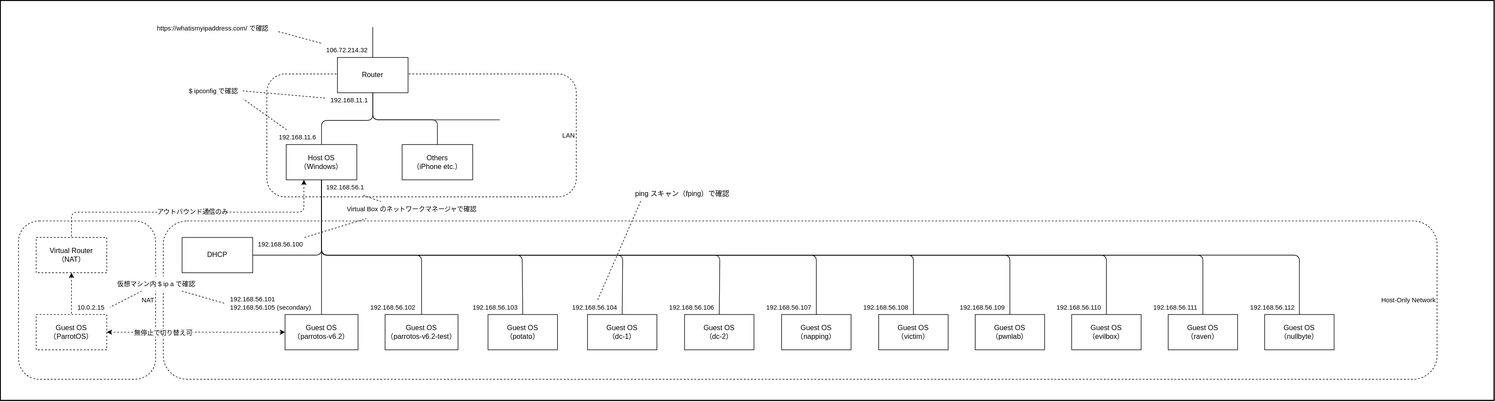
Earlier version of the draw.io export diagrams/network-of-hacking-lab.drawio.svg (SOUSUKEKUROSAWA/drawio). Source tidied: cells renumbered, new cells last; positions are measured from the earlier drawing's top-left corner, leaving out a move shared by most shapes.
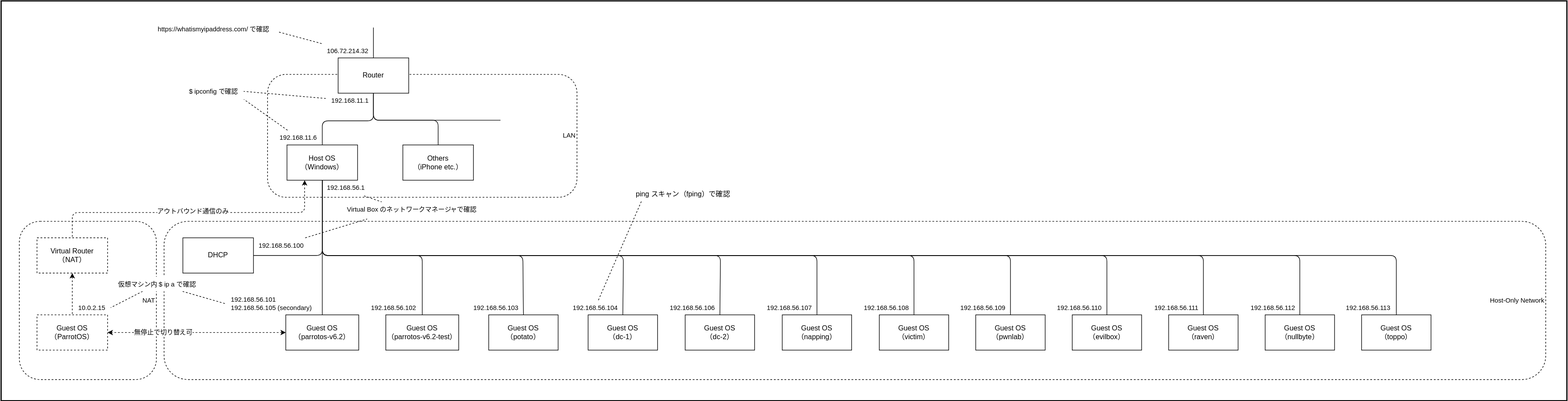
After the commit.

Change to the diagram source:
```diff
@@ -3,13 +3,13 @@
     <mxCell id="0" />
     <mxCell id="1" parent="0" />
     <mxCell id="2" style="rounded=0;whiteSpace=wrap;html=1;strokeWidth=2;" parent="1" vertex="1">
-      <mxGeometry width="2539" height="680" as="geometry" />
+      <mxGeometry width="2662" height="680" as="geometry" />
     </mxCell>
     <mxCell id="3" value="NAT&amp;nbsp;" style="rounded=1;whiteSpace=wrap;html=1;fontSize=11;fontColor=#000000;fillColor=none;dashed=1;align=right;" parent="1" vertex="1">
       <mxGeometry x="31" y="375" width="233" height="269" as="geometry" />
     </mxCell>
     <mxCell id="4" value="Host-Only Network&amp;nbsp;" style="rounded=1;whiteSpace=wrap;html=1;fontSize=11;fontColor=#000000;fillColor=none;dashed=1;align=right;" parent="1" vertex="1">
-      <mxGeometry x="277" y="375" width="2165" height="269" as="geometry" />
+      <mxGeometry x="277" y="375" width="2349" height="269" as="geometry" />
     </mxCell>
     <mxCell id="5" value="LAN&amp;nbsp;" style="rounded=1;whiteSpace=wrap;html=1;fontSize=11;fontColor=#000000;fillColor=none;dashed=1;align=right;" parent="1" vertex="1">
       <mxGeometry x="453" y="125" width="526" height="209" as="geometry" />
@@ -155,6 +155,14 @@
         </Array>
       </mxGeometry>
     </mxCell>
+    <mxCell id="74" style="edgeStyle=none;html=1;entryX=0.5;entryY=0;entryDx=0;entryDy=0;endArrow=none;endFill=0;" parent="1" edge="1" source="27" target="75">
+      <mxGeometry relative="1" as="geometry">
+        <Array as="points">
+          <mxPoint x="546" y="433" />
+          <mxPoint x="2372" y="433" />
+        </Array>
+      </mxGeometry>
+    </mxCell>
     <mxCell id="27" value="Host OS&lt;br&gt;（Windows）" style="rounded=0;whiteSpace=wrap;html=1;" parent="1" vertex="1">
       <mxGeometry x="486" y="245" width="120" height="60" as="geometry" />
     </mxCell>
@@ -298,5 +306,11 @@
     <mxCell id="73" value="192.168.56.112" style="text;html=1;align=center;verticalAlign=middle;strokeColor=none;fillColor=none;fontSize=11;fontColor=#000000;" parent="1" vertex="1">
       <mxGeometry x="2115" y="509" width="94" height="25" as="geometry" />
     </mxCell>
+    <mxCell id="75" value="Guest OS&lt;br&gt;（toppo）" style="rounded=0;whiteSpace=wrap;html=1;" parent="1" vertex="1">
+      <mxGeometry x="2313" y="534" width="118" height="60" as="geometry" />
+    </mxCell>
+    <mxCell id="76" value="192.168.56.113" style="text;html=1;align=center;verticalAlign=middle;strokeColor=none;fillColor=none;fontSize=11;fontColor=#000000;" parent="1" vertex="1">
+      <mxGeometry x="2277" y="509" width="94" height="25" as="geometry" />
+    </mxCell>
   </root>
 </mxGraphModel>
```
